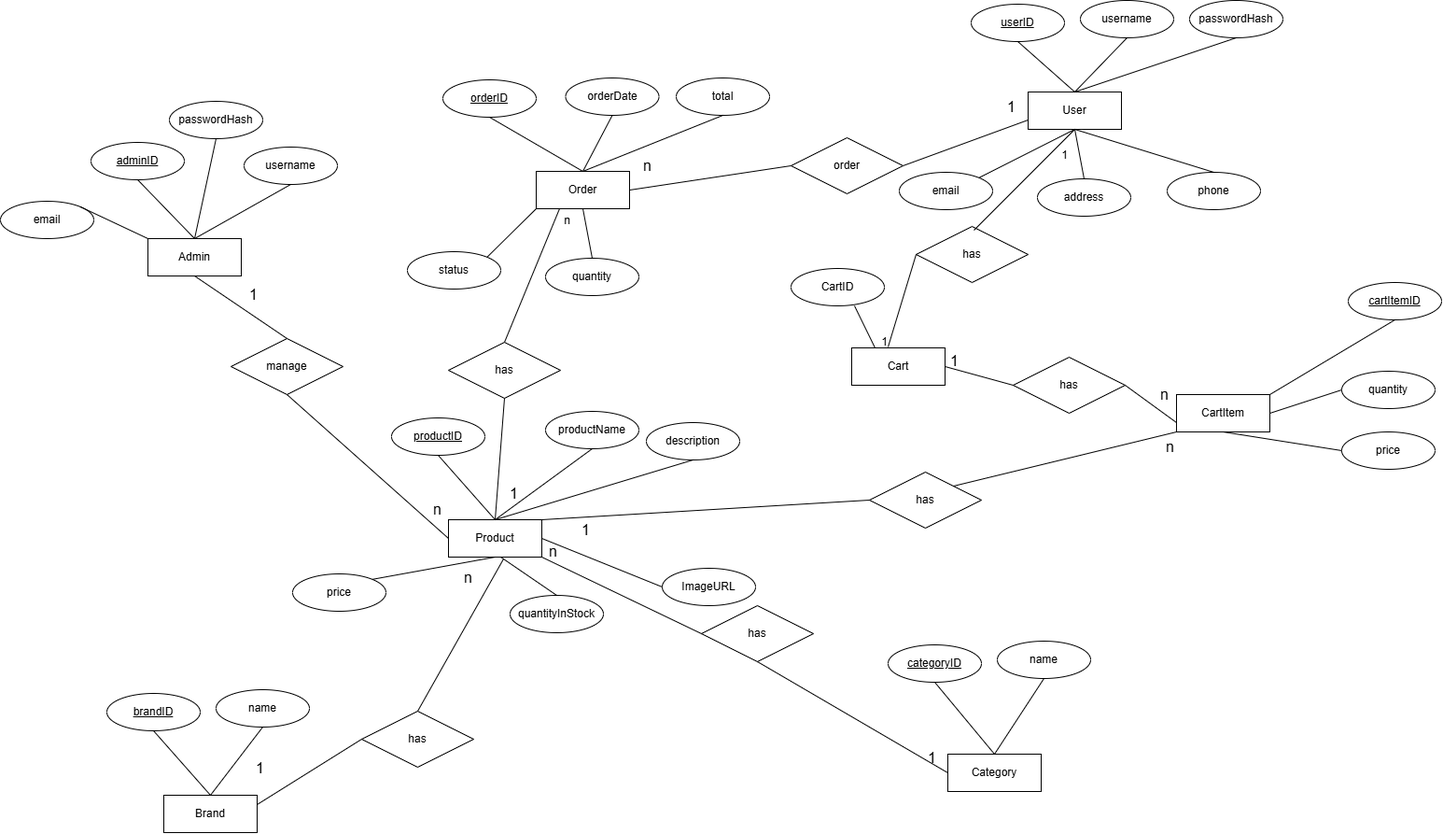
DarKnight2709/online-shop keeps this draw.io diagram as public/erd_diagram.png. Above is the earlier version. Source tidied: cells renumbered, new cells last; positions are measured from the earlier drawing's top-left corner, leaving out a move shared by most shapes.
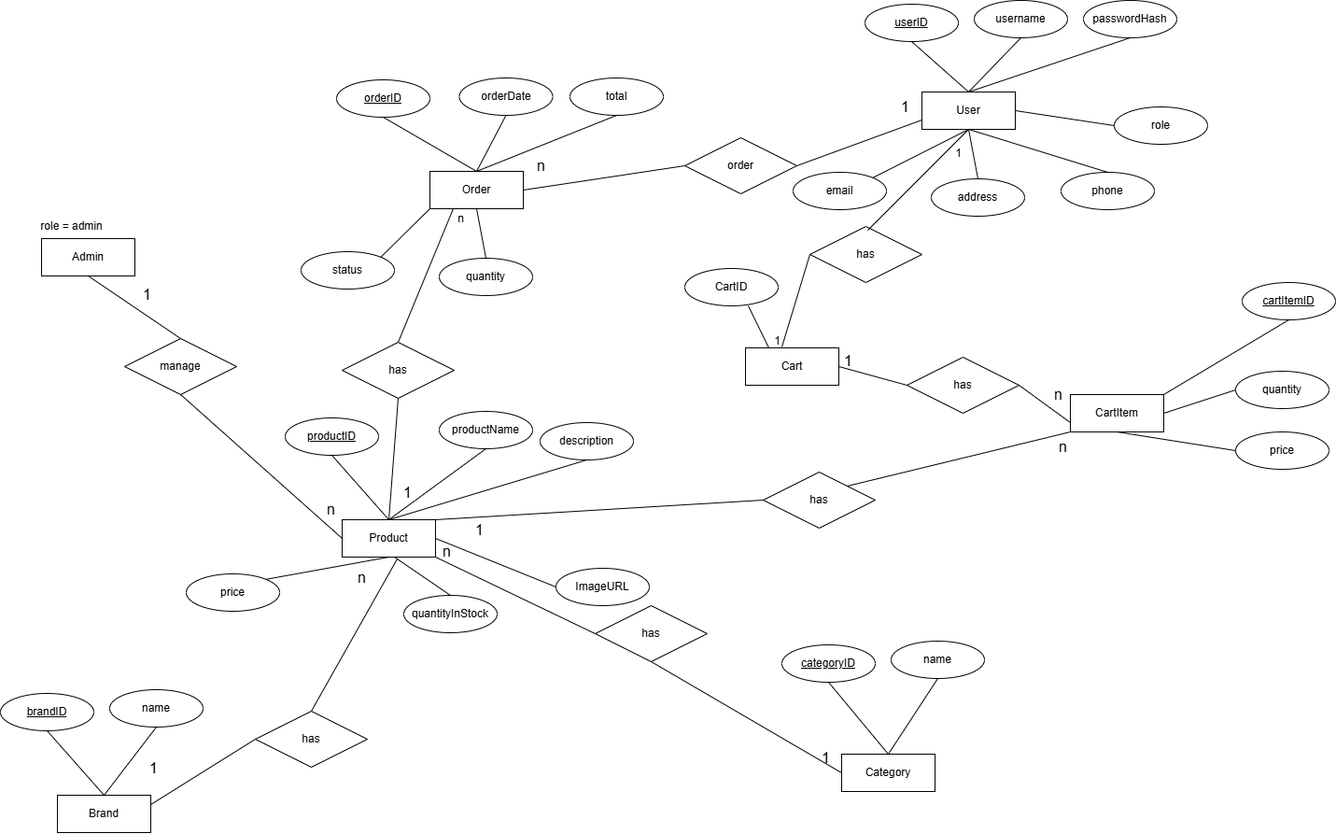
The same diagram one commit later.

Change to the diagram source:
```diff
@@ -5,30 +5,6 @@
     <mxCell id="2" value="Admin" style="whiteSpace=wrap;html=1;align=center;" parent="1" vertex="1">
       <mxGeometry x="158" y="255" width="100" height="40" as="geometry" />
     </mxCell>
-    <mxCell id="3" value="&lt;u&gt;adminID&lt;/u&gt;" style="ellipse;whiteSpace=wrap;html=1;align=center;" parent="1" vertex="1">
-      <mxGeometry x="97" y="152" width="100" height="40" as="geometry" />
-    </mxCell>
-    <mxCell id="4" style="endArrow=none;html=1;rounded=0;fontSize=12;startSize=8;endSize=8;curved=1;entryX=0.5;entryY=1;entryDx=0;entryDy=0;exitX=0.5;exitY=0;exitDx=0;exitDy=0;" parent="1" edge="1" source="2" target="3">
-      <mxGeometry relative="1" as="geometry" />
-    </mxCell>
-    <mxCell id="5" value="username" style="ellipse;whiteSpace=wrap;html=1;align=center;" parent="1" vertex="1">
-      <mxGeometry x="261" y="157" width="100" height="40" as="geometry" />
-    </mxCell>
-    <mxCell id="6" value="passwordHash" style="ellipse;whiteSpace=wrap;html=1;align=center;" parent="1" vertex="1">
-      <mxGeometry x="181" y="108" width="100" height="40" as="geometry" />
-    </mxCell>
-    <mxCell id="7" style="endArrow=none;html=1;rounded=0;fontSize=12;startSize=8;endSize=8;curved=1;entryX=0.5;entryY=1;entryDx=0;entryDy=0;exitX=0.5;exitY=0;exitDx=0;exitDy=0;" parent="1" edge="1" source="2" target="5">
-      <mxGeometry relative="1" as="geometry" />
-    </mxCell>
-    <mxCell id="8" style="endArrow=none;html=1;rounded=0;fontSize=12;startSize=8;endSize=8;curved=1;entryX=0.5;entryY=1;entryDx=0;entryDy=0;exitX=0.5;exitY=0;exitDx=0;exitDy=0;" parent="1" edge="1" source="2" target="6">
-      <mxGeometry relative="1" as="geometry" />
-    </mxCell>
-    <mxCell id="9" value="email" style="ellipse;whiteSpace=wrap;html=1;align=center;" parent="1" vertex="1">
-      <mxGeometry y="215" width="100" height="40" as="geometry" />
-    </mxCell>
-    <mxCell id="10" style="endArrow=none;html=1;rounded=0;fontSize=12;startSize=8;endSize=8;curved=1;exitX=1;exitY=0;exitDx=0;exitDy=0;entryX=0;entryY=0;entryDx=0;entryDy=0;" parent="1" edge="1" source="9" target="2">
-      <mxGeometry relative="1" as="geometry" />
-    </mxCell>
     <mxCell id="11" value="User" style="whiteSpace=wrap;html=1;align=center;" parent="1" vertex="1">
       <mxGeometry x="1101" y="98" width="100" height="40" as="geometry" />
     </mxCell>
@@ -332,5 +308,14 @@
     <mxCell id="107" value="1" style="text;html=1;align=center;verticalAlign=middle;strokeColor=none;fillColor=none;fontSize=16;" parent="1" vertex="1">
       <mxGeometry x="536" y="512" width="27" height="31" as="geometry" />
     </mxCell>
+    <mxCell id="108" value="role" style="ellipse;whiteSpace=wrap;html=1;align=center;" parent="1" vertex="1">
+      <mxGeometry x="1307" y="114" width="100" height="40" as="geometry" />
+    </mxCell>
+    <mxCell id="109" style="endArrow=none;html=1;rounded=0;fontSize=12;startSize=8;endSize=8;curved=1;entryX=1;entryY=0.5;entryDx=0;entryDy=0;exitX=0;exitY=0.5;exitDx=0;exitDy=0;" parent="1" edge="1" source="108" target="11">
+      <mxGeometry relative="1" as="geometry" />
+    </mxCell>
+    <mxCell id="110" value="role = admin" style="text;html=1;align=center;verticalAlign=middle;strokeColor=none;fillColor=none;" parent="1" vertex="1">
+      <mxGeometry x="148" y="229" width="84" height="26" as="geometry" />
+    </mxCell>
   </root>
 </mxGraphModel>
```
